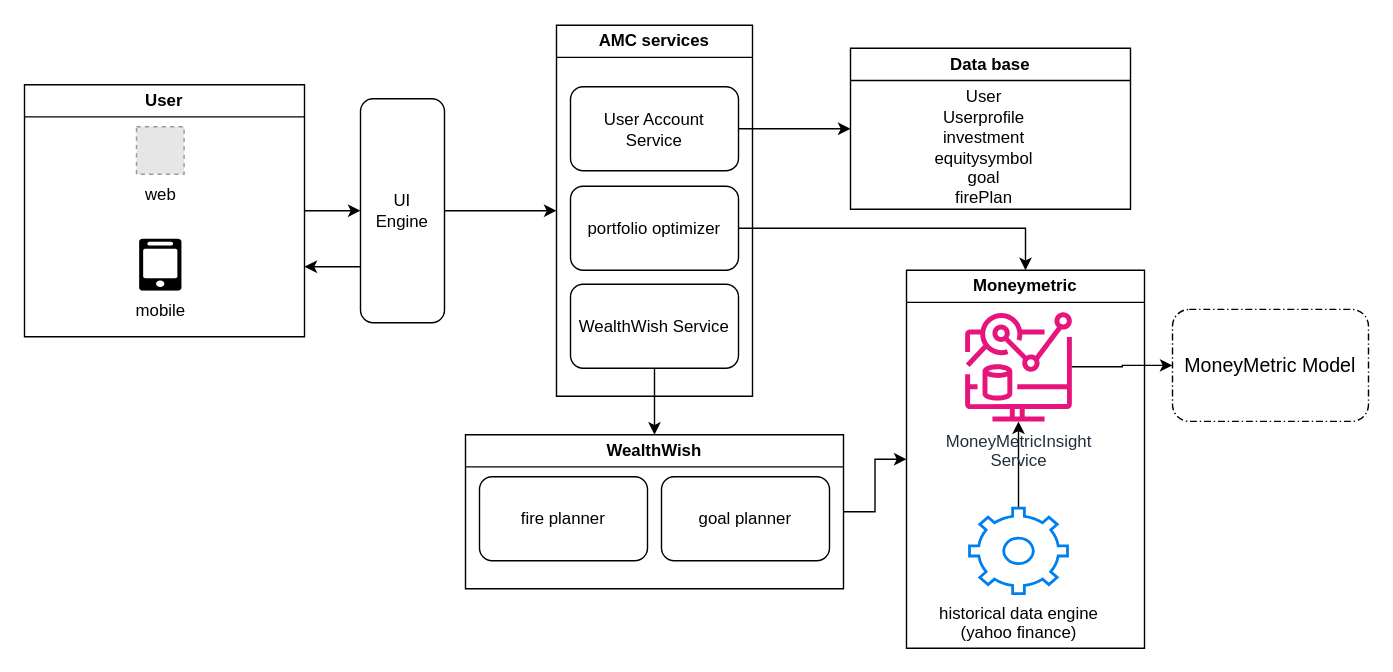
Before: HLD.drawio in DJ7999/bhdreamAMC, a draw.io diagram. Source tidied: cells renumbered, new cells numbered last; positions are measured from the earlier drawing's top-left corner, leaving out a move shared by most shapes. Both pictures are drawn from the tidied source at 140%, with x=0, y=0 at pixel (24, 25). Pictures stored in the file or linked from it are replaced by grey dashed boxes.
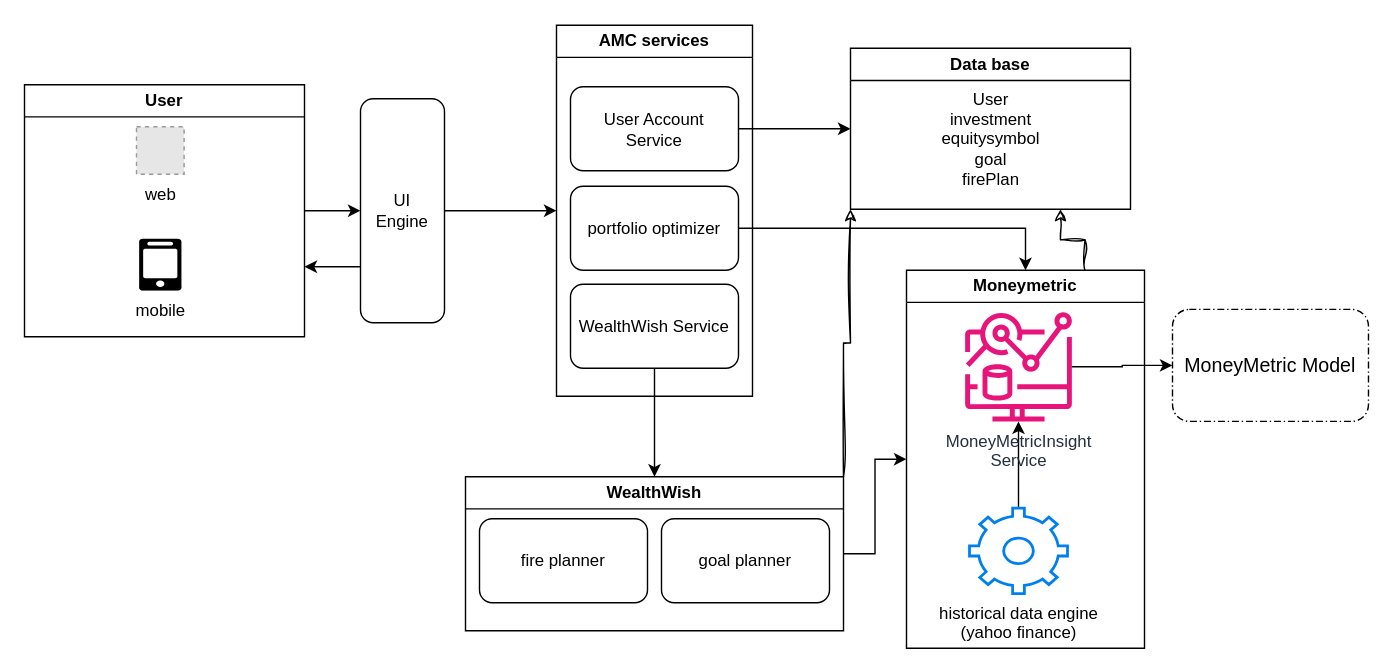
The same page after the edit.

Unchanged cells that the change refers to:
```xml
<mxCell id="15" value="Data base" style="swimlane;whiteSpace=wrap;html=1;" parent="1" vertex="1">
  <mxGeometry x="590" y="16" width="200" height="115" as="geometry" />
</mxCell>
<mxCell id="18" value="Moneymetric" style="swimlane;whiteSpace=wrap;html=1;" parent="1" vertex="1">
  <mxGeometry x="630" y="174.5" width="170" height="270" as="geometry" />
</mxCell>
```

Diff of the diagram source:
```diff
@@
-    <mxCell id="16" value="User&lt;br&gt;Userprofile&lt;br&gt;investment&lt;br&gt;equitysymbol&lt;br&gt;goal&lt;br&gt;firePlan" style="text;html=1;align=center;verticalAlign=middle;strokeColor=none;fillColor=none;" parent="15" vertex="1">
-      <mxGeometry x="50" y="20.5" width="90" height="100" as="geometry" />
+    <mxCell id="16" value="User&lt;br&gt;investment&lt;br&gt;equitysymbol&lt;br&gt;goal&lt;br&gt;firePlan" style="text;html=1;align=center;verticalAlign=middle;strokeColor=none;fillColor=none;" parent="15" vertex="1">
+      <mxGeometry x="55" y="20" width="90" height="90" as="geometry" />
     </mxCell>
@@
+    <mxCell id="30" style="edgeStyle=orthogonalEdgeStyle;rounded=0;sketch=1;hachureGap=4;jiggle=2;curveFitting=1;jettySize=auto;html=1;exitX=0.75;exitY=0;exitDx=0;exitDy=0;entryX=0.75;entryY=1;entryDx=0;entryDy=0;fontFamily=Architects Daughter;fontSize=16;" parent="1" edge="1" source="18" target="15">
+      <mxGeometry relative="1" as="geometry" />
+    </mxCell>
@@
+    <mxCell id="31" style="edgeStyle=orthogonalEdgeStyle;rounded=0;sketch=1;hachureGap=4;jiggle=2;curveFitting=1;jettySize=auto;html=1;exitX=1;exitY=0;exitDx=0;exitDy=0;entryX=0;entryY=1;entryDx=0;entryDy=0;fontFamily=Architects Daughter;fontSize=16;" parent="1" edge="1" source="26" target="15">
+      <mxGeometry relative="1" as="geometry" />
+    </mxCell>
     <mxCell id="26" value="WealthWish" style="swimlane;whiteSpace=wrap;html=1;" parent="1" vertex="1">
-      <mxGeometry x="315" y="292" width="270" height="110" as="geometry" />
+      <mxGeometry x="315" y="322" width="270" height="110" as="geometry" />
     </mxCell>
```
